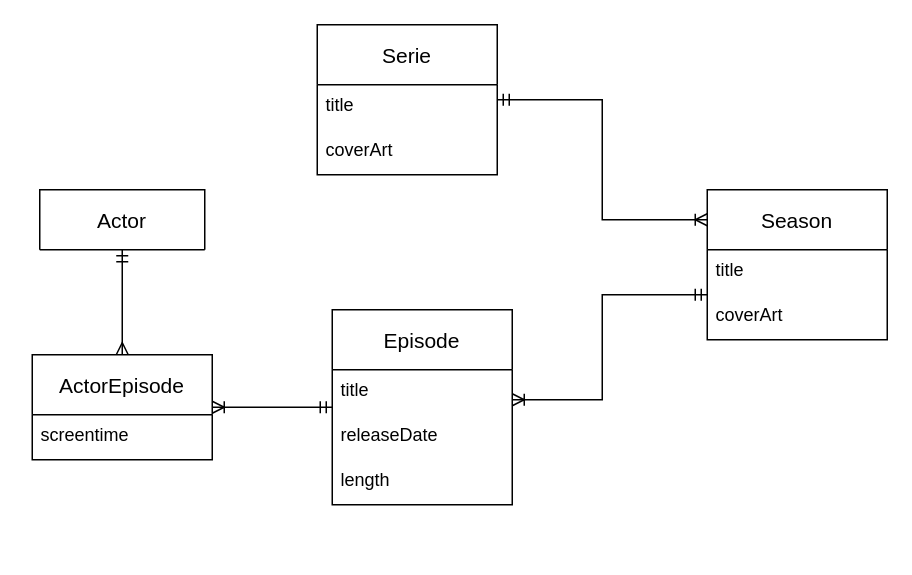
This is docs/der.drawio from 0220CBFSNCN01ARLP/dh-rec-individual, a draw.io file, before an edit. Source tidied: cells renumbered, new cells numbered last; positions are measured from the earlier drawing's top-left corner, leaving out a move shared by most shapes. Both pictures are drawn from the tidied source at 150%, with x=0, y=0 at pixel (32, 24).
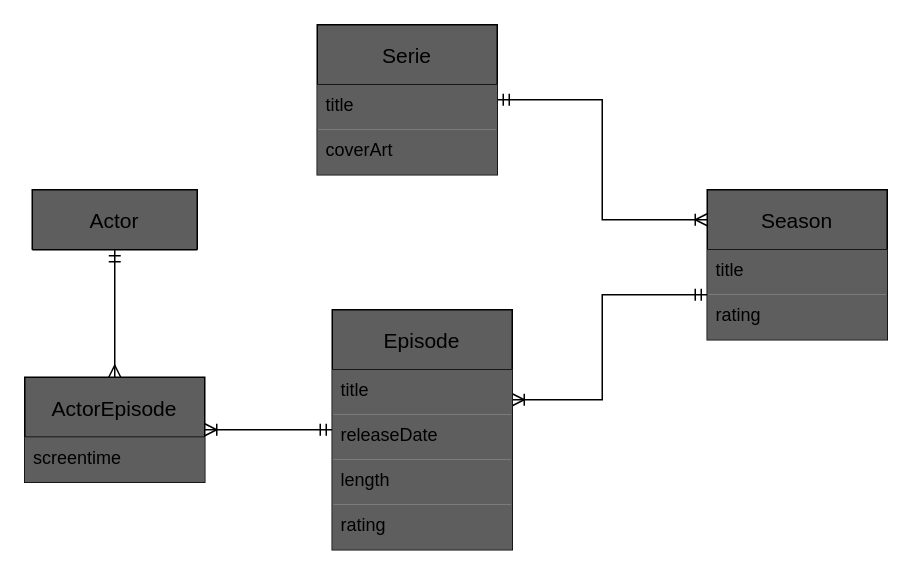
The same page after the edit.

Diff of the diagram source:
```diff
@@
-    <mxCell id="6" value="Season" style="swimlane;fontStyle=0;horizontal=1;startSize=40;align=center;fontSize=14;" parent="1" vertex="1">
+    <mxCell id="6" value="Season" style="swimlane;fontStyle=0;horizontal=1;startSize=40;align=center;fontSize=14;fillColor=#5E5E5E;" parent="1" vertex="1">
       <mxGeometry x="450" y="110" width="120" height="100" as="geometry" />
     </mxCell>
-    <mxCell id="7" value="title" style="text;strokeColor=none;fillColor=none;spacingLeft=4;spacingRight=4;overflow=hidden;fontSize=12;" parent="6" vertex="1">
+    <mxCell id="7" value="title" style="text;strokeColor=none;fillColor=#5E5E5E;spacingLeft=4;spacingRight=4;overflow=hidden;fontSize=12;" parent="6" vertex="1">
       <mxGeometry y="40" width="120" height="30" as="geometry" />
     </mxCell>
-    <mxCell id="8" value="coverArt" style="text;strokeColor=none;fillColor=none;spacingLeft=4;spacingRight=4;overflow=hidden;fontSize=12;" parent="6" vertex="1">
-      <mxGeometry y="70" width="120" height="30" as="geometry" />
-    </mxCell>
+    <mxCell id="19" value="rating" style="text;strokeColor=none;fillColor=#5E5E5E;spacingLeft=4;spacingRight=4;overflow=hidden;fontSize=12;" parent="6" vertex="1">
+      <mxGeometry y="70" width="120" height="30" as="geometry" />
+    </mxCell>
-    <mxCell id="9" value="Serie" style="swimlane;fontStyle=0;horizontal=1;startSize=40;align=center;fontSize=14;" parent="1" vertex="1">
+    <mxCell id="9" value="Serie" style="swimlane;fontStyle=0;horizontal=1;startSize=40;align=center;fontSize=14;fillColor=#5E5E5E;" parent="1" vertex="1">
       <mxGeometry x="190" width="120" height="100" as="geometry" />
     </mxCell>
-    <mxCell id="10" value="title" style="text;strokeColor=none;fillColor=none;spacingLeft=4;spacingRight=4;overflow=hidden;fontSize=12;" parent="9" vertex="1">
+    <mxCell id="10" value="title" style="text;strokeColor=none;fillColor=#5E5E5E;spacingLeft=4;spacingRight=4;overflow=hidden;fontSize=12;" parent="9" vertex="1">
       <mxGeometry y="40" width="120" height="30" as="geometry" />
     </mxCell>
-    <mxCell id="11" value="coverArt" style="text;strokeColor=none;fillColor=none;spacingLeft=4;spacingRight=4;overflow=hidden;fontSize=12;" parent="9" vertex="1">
+    <mxCell id="11" value="coverArt" style="text;strokeColor=none;fillColor=#5E5E5E;spacingLeft=4;spacingRight=4;overflow=hidden;fontSize=12;" parent="9" vertex="1">
       <mxGeometry y="70" width="120" height="30" as="geometry" />
     </mxCell>
-    <mxCell id="12" value="Episode" style="swimlane;fontStyle=0;horizontal=1;startSize=40;align=center;fontSize=14;" parent="1" vertex="1">
-      <mxGeometry x="200" y="190" width="120" height="130" as="geometry" />
+    <mxCell id="12" value="Episode" style="swimlane;fontStyle=0;horizontal=1;startSize=40;align=center;fontSize=14;fillColor=#5E5E5E;" parent="1" vertex="1">
+      <mxGeometry x="200" y="190" width="120" height="160" as="geometry" />
     </mxCell>
-    <mxCell id="13" value="title" style="text;strokeColor=none;fillColor=none;spacingLeft=4;spacingRight=4;overflow=hidden;fontSize=12;" parent="12" vertex="1">
+    <mxCell id="13" value="title" style="text;strokeColor=none;fillColor=#5E5E5E;spacingLeft=4;spacingRight=4;overflow=hidden;fontSize=12;" parent="12" vertex="1">
       <mxGeometry y="40" width="120" height="30" as="geometry" />
     </mxCell>
-    <mxCell id="14" value="releaseDate" style="text;strokeColor=none;fillColor=none;spacingLeft=4;spacingRight=4;overflow=hidden;fontSize=12;" parent="12" vertex="1">
+    <mxCell id="14" value="releaseDate" style="text;strokeColor=none;fillColor=#5E5E5E;spacingLeft=4;spacingRight=4;overflow=hidden;fontSize=12;" parent="12" vertex="1">
       <mxGeometry y="70" width="120" height="30" as="geometry" />
     </mxCell>
-    <mxCell id="15" value="length" style="text;strokeColor=none;fillColor=none;spacingLeft=4;spacingRight=4;overflow=hidden;fontSize=12;" parent="12" vertex="1">
+    <mxCell id="15" value="length" style="text;strokeColor=none;fillColor=#5E5E5E;spacingLeft=4;spacingRight=4;overflow=hidden;fontSize=12;" parent="12" vertex="1">
       <mxGeometry y="100" width="120" height="30" as="geometry" />
     </mxCell>
+    <mxCell id="20" value="rating" style="text;strokeColor=none;fillColor=#5E5E5E;spacingLeft=4;spacingRight=4;overflow=hidden;fontSize=12;" parent="12" vertex="1">
+      <mxGeometry y="130" width="120" height="30" as="geometry" />
+    </mxCell>
-    <mxCell id="16" value="ActorEpisode" style="swimlane;fontStyle=0;horizontal=1;startSize=40;align=center;fontSize=14;" parent="1" vertex="1">
-      <mxGeometry y="220" width="120" height="70" as="geometry" />
+    <mxCell id="16" value="ActorEpisode" style="swimlane;fontStyle=0;horizontal=1;startSize=40;align=center;fontSize=14;fillColor=#5E5E5E;" parent="1" vertex="1">
+      <mxGeometry x="-5" y="235" width="120" height="70" as="geometry" />
     </mxCell>
-    <mxCell id="17" value="screentime" style="text;strokeColor=none;fillColor=none;spacingLeft=4;spacingRight=4;overflow=hidden;fontSize=12;" parent="16" vertex="1">
+    <mxCell id="17" value="screentime" style="text;strokeColor=none;fillColor=#5E5E5E;spacingLeft=4;spacingRight=4;overflow=hidden;fontSize=12;" parent="16" vertex="1">
       <mxGeometry y="40" width="120" height="30" as="geometry" />
     </mxCell>
-    <mxCell id="18" value="Actor" style="swimlane;fontStyle=0;horizontal=1;startSize=40;align=center;fontSize=14;" parent="1" vertex="1" collapsed="1">
-      <mxGeometry x="5" y="110" width="110" height="40" as="geometry" />
+    <mxCell id="18" value="Actor" style="swimlane;fontStyle=0;horizontal=1;startSize=40;align=center;fontSize=14;fillColor=#5E5E5E;" parent="1" vertex="1" collapsed="1">
+      <mxGeometry y="110" width="110" height="40" as="geometry" />
     </mxCell>
```
